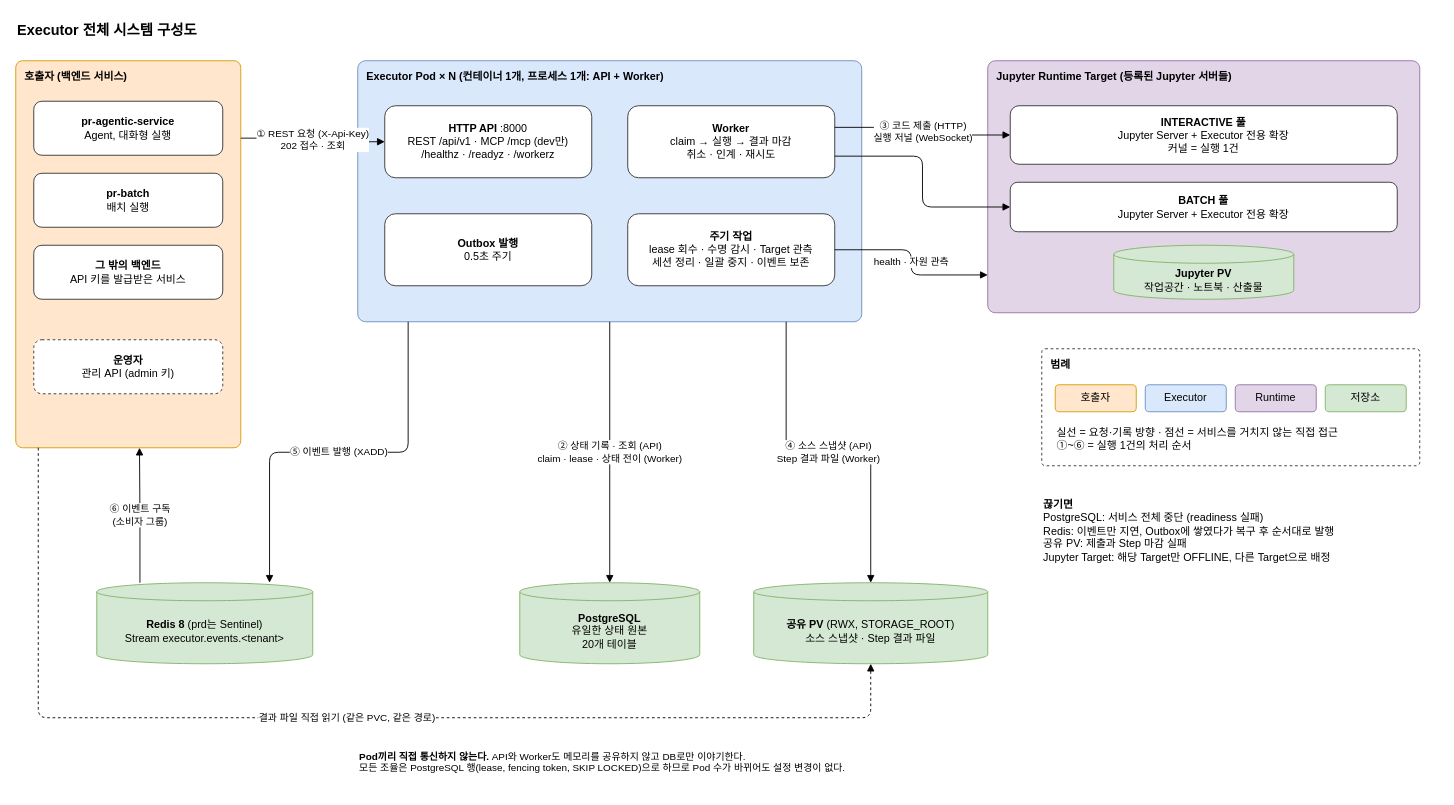
Earlier version of the draw.io diagram docs/deliverables/diagrams/01-시스템-구성도.drawio (KimHwaJin/executor). Source tidied: cells renumbered, new cells numbered last; positions are measured from the earlier drawing's top-left corner, leaving out a move shared by most shapes. Both pictures are drawn from the tidied source at 90%, with x=0, y=0 at pixel (15, 15).
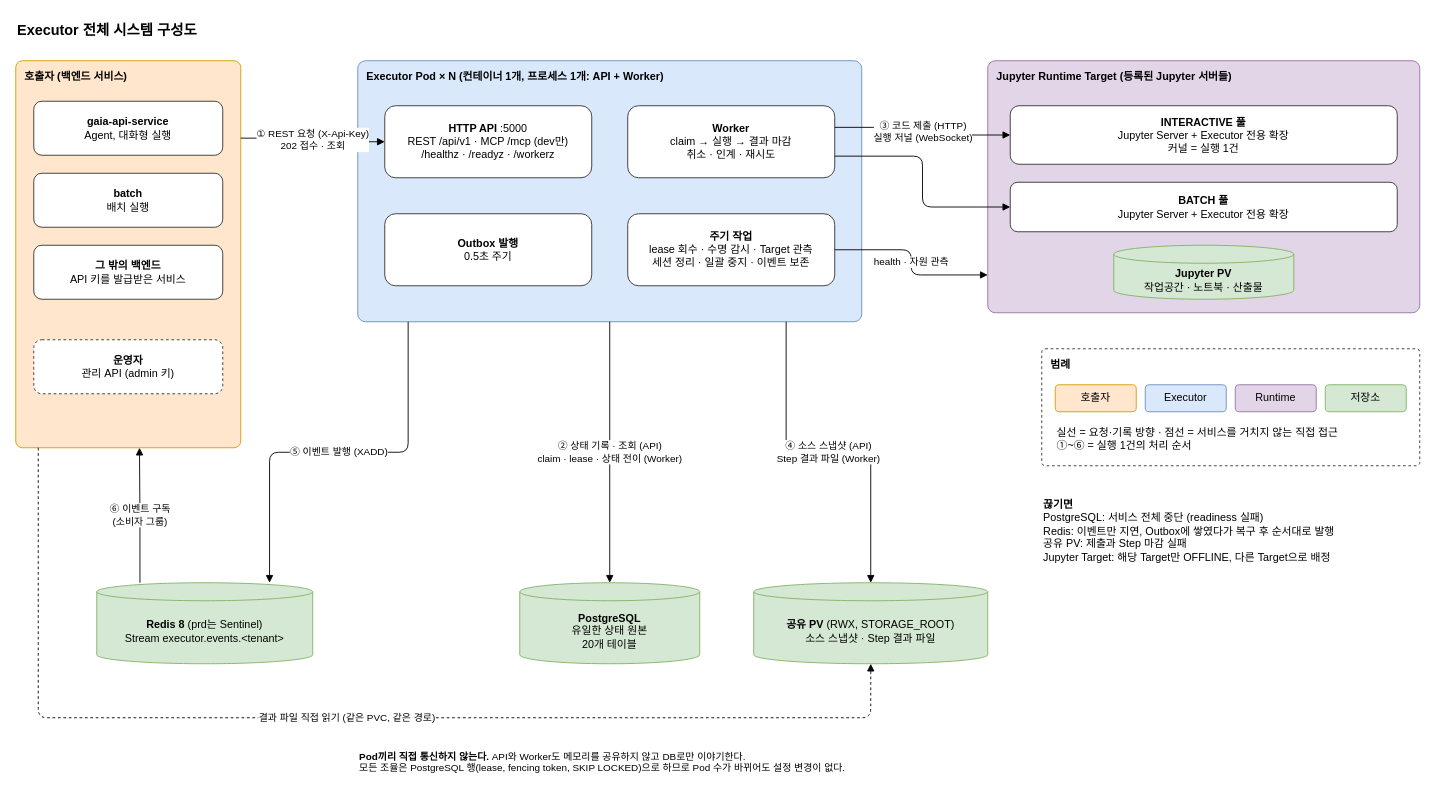
After the change.

The change refers to these unchanged cells:
```xml
<mxCell id="3" value="호출자 (백엔드 서비스)" style="whiteSpace=wrap;html=1;fontFamily=Malgun Gothic;fontSize=12;fillColor=#ffe6cc;strokeColor=#d79b00;rounded=1;arcSize=3;verticalAlign=top;align=left;spacingLeft=8;spacingTop=4;fontStyle=1;" parent="1" vertex="1">
  <mxGeometry y="50" width="250" height="430" as="geometry" />
</mxCell>
<mxCell id="8" value="Executor Pod × N  (컨테이너 1개, 프로세스 1개: API + Worker)" style="whiteSpace=wrap;html=1;fontFamily=Malgun Gothic;fontSize=12;fillColor=#dae8fc;strokeColor=#6c8ebf;rounded=1;arcSize=3;verticalAlign=top;align=left;spacingLeft=8;spacingTop=4;fontStyle=1;" parent="1" vertex="1">
  <mxGeometry x="380" y="50" width="560" height="290" as="geometry" />
</mxCell>
```

The edit, as a diff of the source:
```diff
@@
-    <mxCell id="4" value="&lt;b&gt;pr-agentic-service&lt;/b&gt;&lt;br&gt;Agent, 대화형 실행" style="whiteSpace=wrap;html=1;fontFamily=Malgun Gothic;fontSize=12;fillColor=#ffffff;strokeColor=#333333;rounded=1;" parent="3" vertex="1">
+    <mxCell id="4" value="&lt;b&gt;gaia-api-service&lt;/b&gt;&lt;br&gt;Agent, 대화형 실행" style="whiteSpace=wrap;html=1;fontFamily=Malgun Gothic;fontSize=12;fillColor=#ffffff;strokeColor=#333333;rounded=1;" parent="3" vertex="1">
       <mxGeometry x="20" y="45" width="210" height="60" as="geometry" />
     </mxCell>
-    <mxCell id="5" value="&lt;b&gt;pr-batch&lt;/b&gt;&lt;br&gt;배치 실행" style="whiteSpace=wrap;html=1;fontFamily=Malgun Gothic;fontSize=12;fillColor=#ffffff;strokeColor=#333333;rounded=1;" parent="3" vertex="1">
+    <mxCell id="5" value="&lt;b&gt;batch&lt;/b&gt;&lt;br&gt;배치 실행" style="whiteSpace=wrap;html=1;fontFamily=Malgun Gothic;fontSize=12;fillColor=#ffffff;strokeColor=#333333;rounded=1;" parent="3" vertex="1">
       <mxGeometry x="20" y="125" width="210" height="60" as="geometry" />
     </mxCell>
@@
-    <mxCell id="9" value="&lt;b&gt;HTTP API&lt;/b&gt; :8000&lt;br&gt;REST /api/v1 · MCP /mcp (dev만)&lt;br&gt;/healthz · /readyz · /workerz" style="whiteSpace=wrap;html=1;fontFamily=Malgun Gothic;fontSize=12;fillColor=#ffffff;strokeColor=#333333;rounded=1;" parent="8" vertex="1">
+    <mxCell id="9" value="&lt;b&gt;HTTP API&lt;/b&gt; :5000&lt;br&gt;REST /api/v1 · MCP /mcp (dev만)&lt;br&gt;/healthz · /readyz · /workerz" style="whiteSpace=wrap;html=1;fontFamily=Malgun Gothic;fontSize=12;fillColor=#ffffff;strokeColor=#333333;rounded=1;" parent="8" vertex="1">
       <mxGeometry x="30" y="50" width="230" height="80" as="geometry" />
     </mxCell>
```
